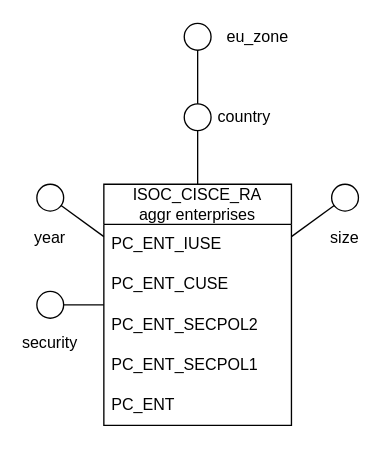
Above: page "isoc_cisce_ra" (1 of 5) of figures/dfm.drawio in amanfucci/sistemi-informativi (draw.io), before the change. Source tidied: cells renumbered, new cells numbered last; positions are measured from the earlier drawing's top-left corner, leaving out a move shared by most shapes. Both pictures are drawn from the tidied source at 134%, with x=0, y=0 at pixel (29, 23).
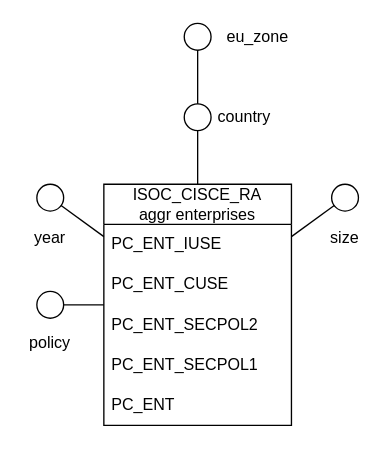
After the change.

Change to the diagram source:
```diff
@@
-    <mxCell id="21" value="security" style="text;html=1;whiteSpace=wrap;strokeColor=none;fillColor=none;align=center;verticalAlign=middle;rounded=0;" parent="1" vertex="1">
+    <mxCell id="21" value="policy" style="text;html=1;whiteSpace=wrap;strokeColor=none;fillColor=none;align=center;verticalAlign=middle;rounded=0;" parent="1" vertex="1">
       <mxGeometry y="229" width="30" height="20" as="geometry" />
     </mxCell>
```
